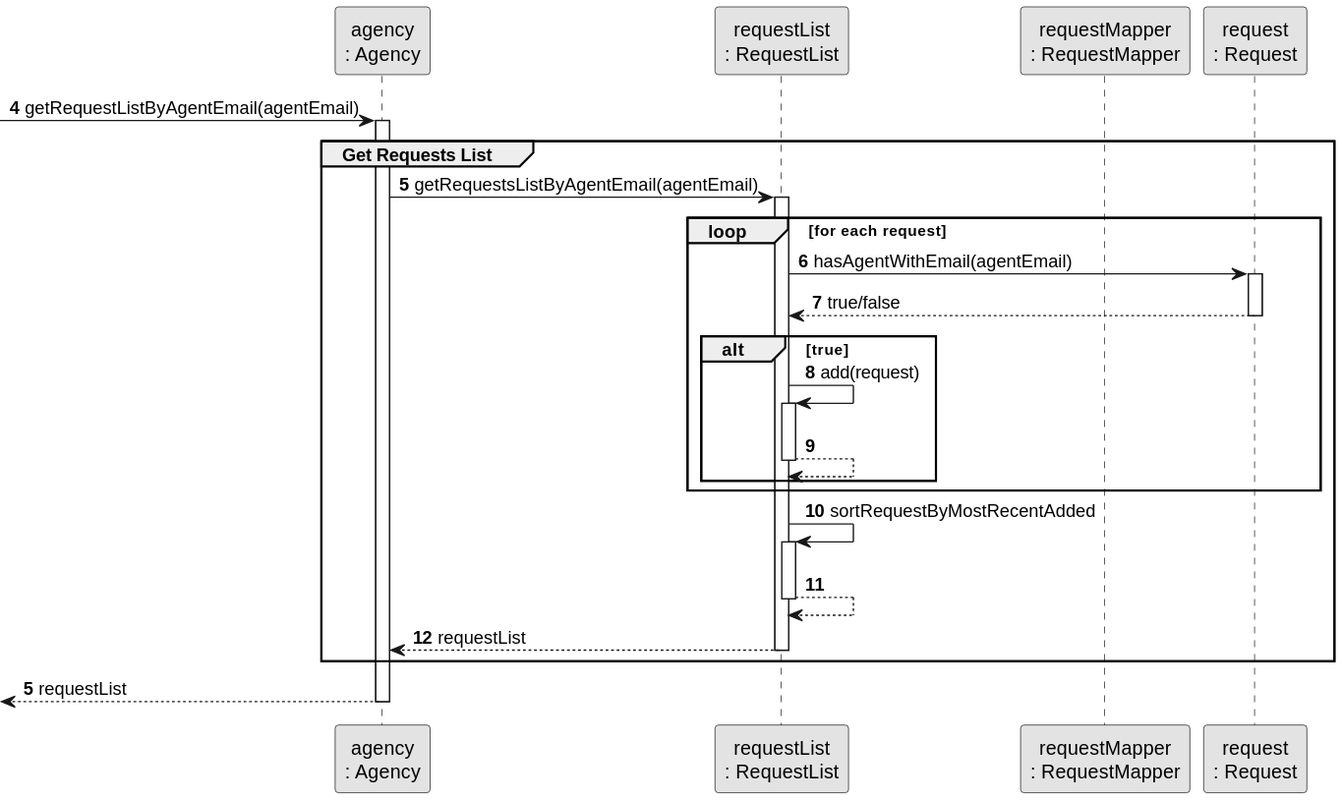
This is docs/sprintC/us008/03.design/svg/us008-sequence-diagram-partial-get-requests-list.svg from rita-barbosa/LAPR2-2223, a PlantUML export, as it was before one commit. Its diagram source:
```plantuml
@startuml
skinparam monochrome true
skinparam packageStyle rectangle
skinparam shadowing false



participant "agency\n: Agency" as AGENCY
participant "requestList\n: RequestList" as ReqList
participant "requestMapper\n: RequestMapper" as ReqMapper
participant "request\n: Request" as REQUEST

autonumber 4
    -> AGENCY: getRequestListByAgentEmail(agentEmail)
    activate AGENCY

group Get Requests List

        AGENCY -> ReqList : getRequestsListByAgentEmail(agentEmail)
        activate ReqList

        loop for each request
         ReqList -> REQUEST : hasAgentWithEmail(agentEmail)
         activate REQUEST

         REQUEST --> ReqList : true/false
         deactivate REQUEST

             alt true
             ReqList -> ReqList : add(request)
             activate ReqList

             ReqList --> ReqList :
             deactivate ReqList
             end

         end

         ReqList -> ReqList : sortRequestByMostRecentAdded
         activate ReqList

         ReqList --> ReqList :
         deactivate ReqList

         ReqList --> AGENCY : requestList
         deactivate ReqList


end group
autonumber 5
     <-- AGENCY: requestList
     deactivate AGENCY
@enduml
```
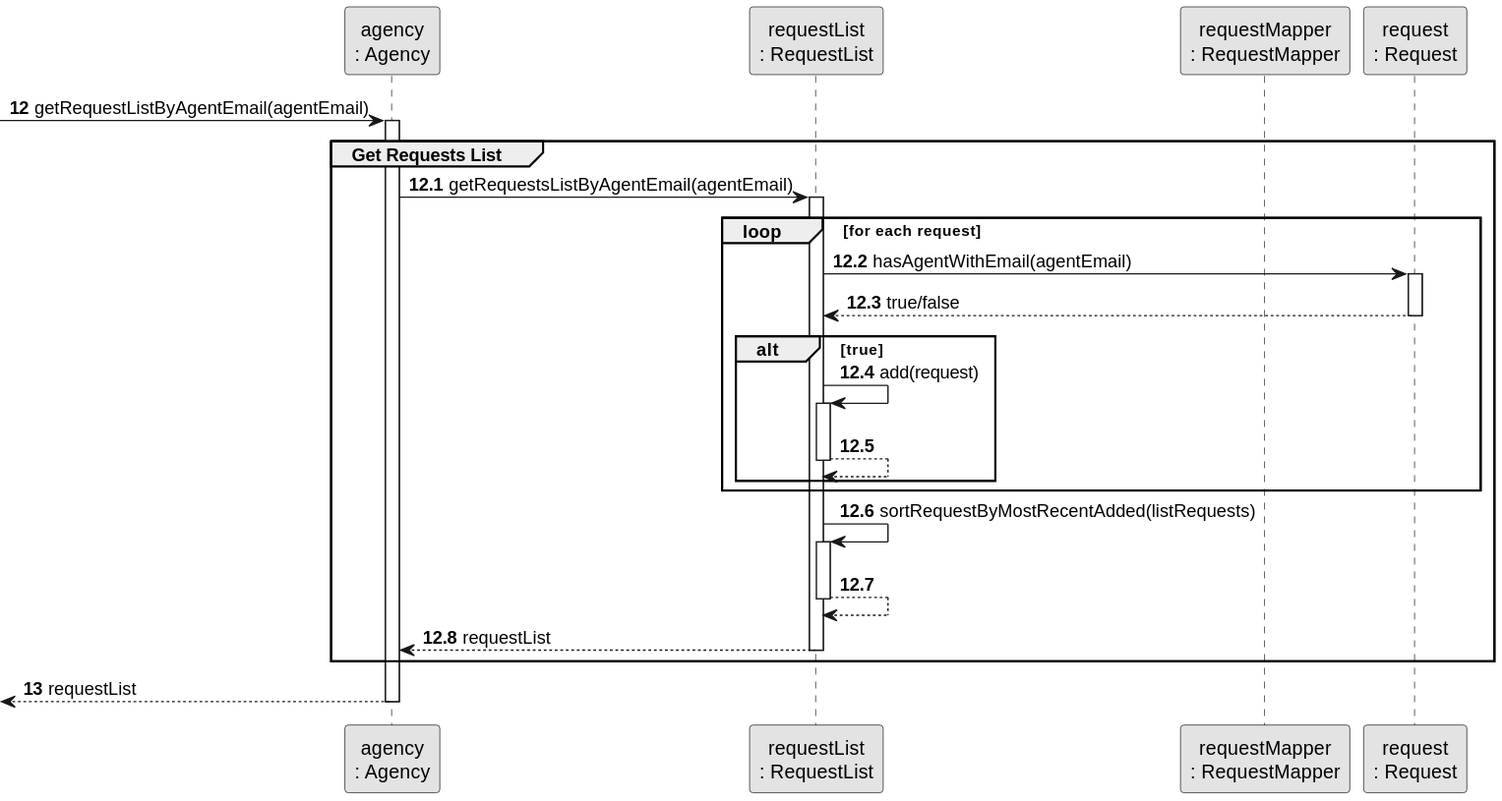
After the commit.

The edit, as a diff of the source:
```diff
@@ -10,11 +10,12 @@
 participant "requestMapper\n: RequestMapper" as ReqMapper
 participant "request\n: Request" as REQUEST
 
-autonumber 4
+autonumber 12
     -> AGENCY: getRequestListByAgentEmail(agentEmail)
     activate AGENCY
 
 group Get Requests List
+autonumber 12.1
 
         AGENCY -> ReqList : getRequestsListByAgentEmail(agentEmail)
         activate ReqList
@@ -36,7 +37,7 @@
 
          end
 
-         ReqList -> ReqList : sortRequestByMostRecentAdded
+         ReqList -> ReqList : sortRequestByMostRecentAdded(listRequests)
          activate ReqList
 
          ReqList --> ReqList :
@@ -47,7 +48,7 @@
 
 
 end group
-autonumber 5
+autonumber 13
      <-- AGENCY: requestList
      deactivate AGENCY
 @enduml
```
